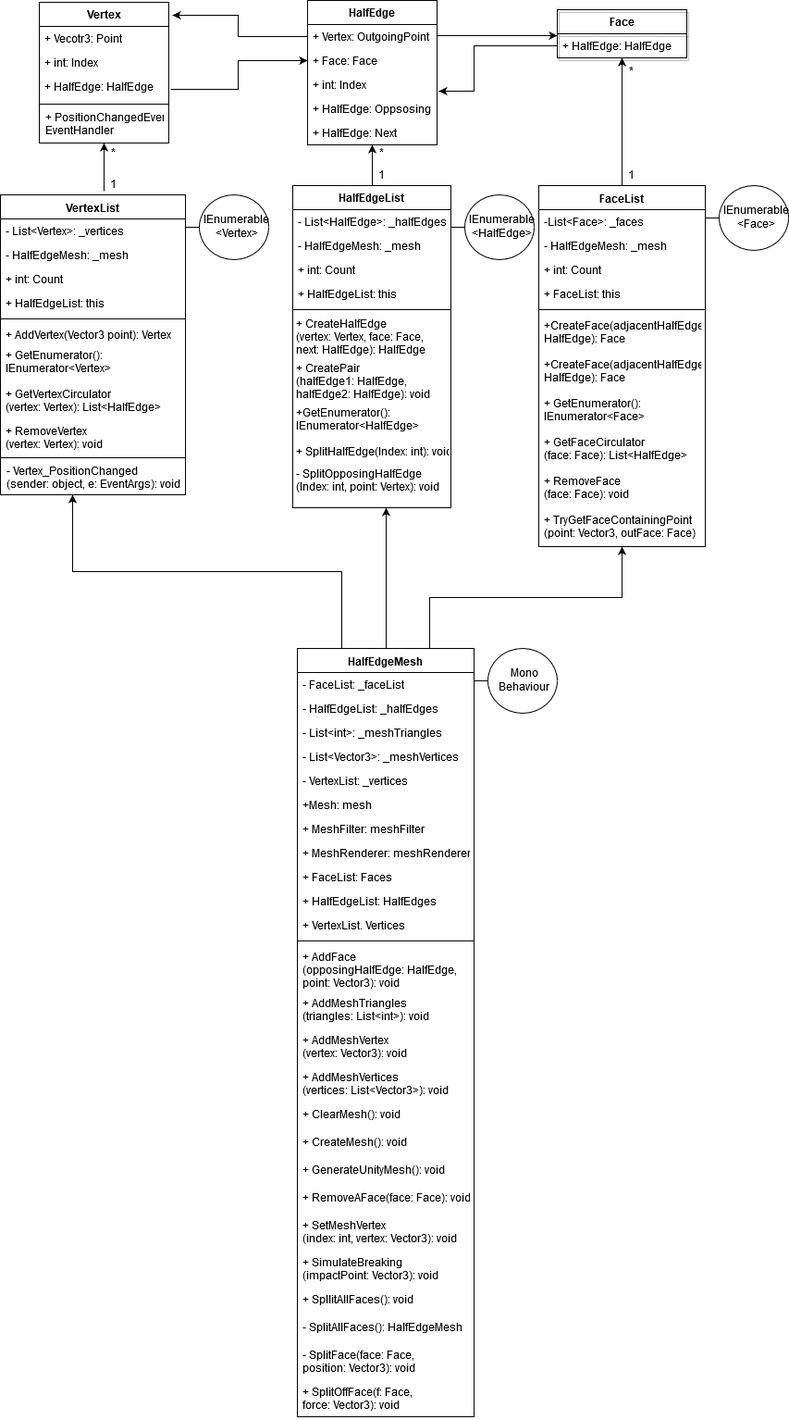
This is Images/ClassDiagramHalfEdgeMesh.png from Thot38/HalfEdgeMeshThesis, a draw.io export, as it was before one commit. Source tidied: cells renumbered, new cells last; positions are measured from the earlier drawing's top-left corner, leaving out a move shared by most shapes.
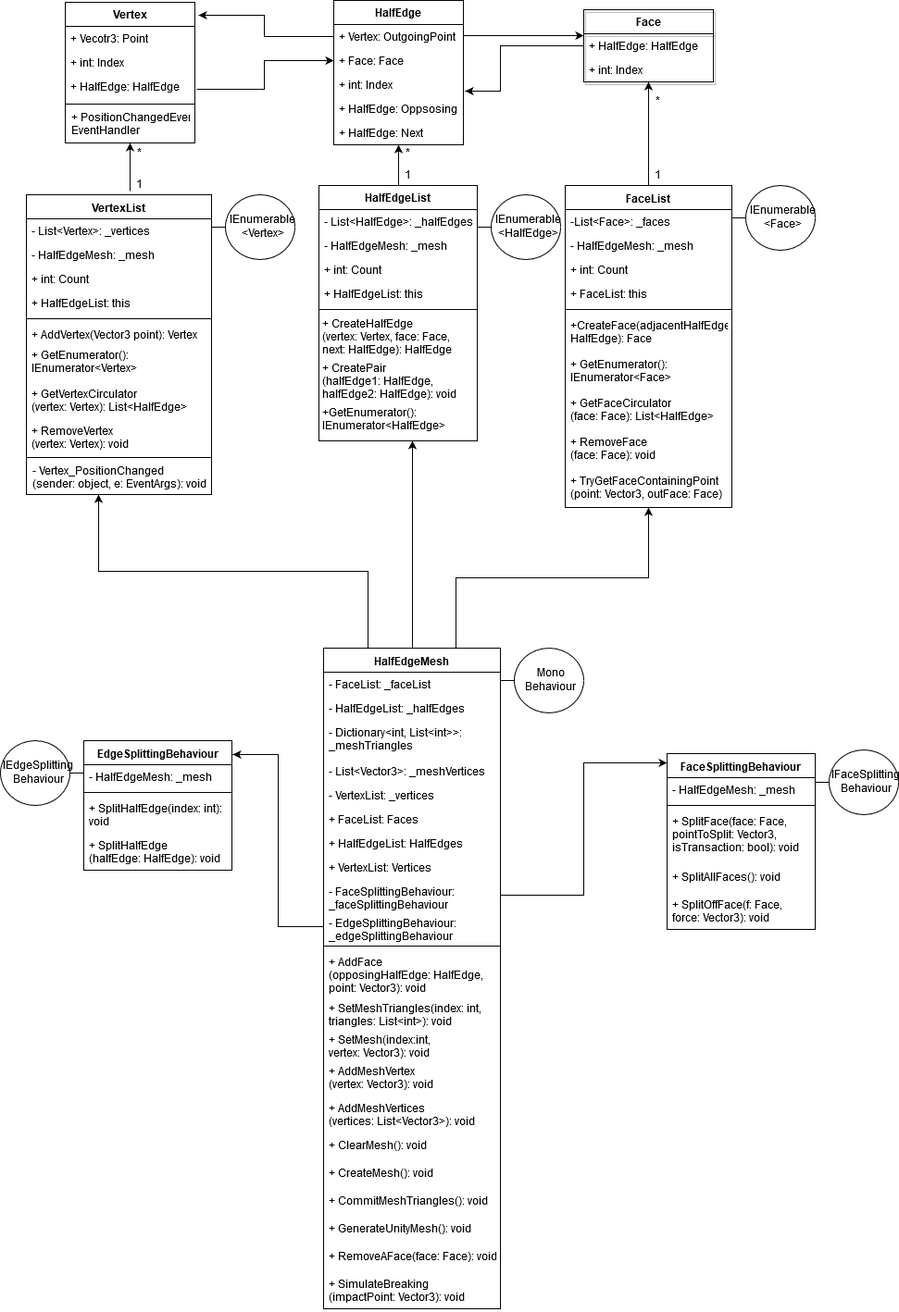
Above is the later version.

Change to the diagram source:
```diff
@@ -44,3 +44,3 @@
     <mxCell id="15" value="Face" style="swimlane;fontStyle=1;horizontal=1;startSize=26;fillColor=none;shadow=1;" parent="1" vertex="1">
-      <mxGeometry x="602" y="10" width="140" height="52" as="geometry" />
+      <mxGeometry x="602" y="10" width="140" height="78" as="geometry" />
     </mxCell>
@@ -49,2 +49,5 @@
     </mxCell>
+    <mxCell id="96" value="+ int: Index" style="text;strokeColor=none;fillColor=none;align=left;verticalAlign=top;spacingLeft=4;spacingRight=4;overflow=hidden;shadow=0;" parent="15" vertex="1">
+      <mxGeometry y="52" width="140" height="26" as="geometry" />
+    </mxCell>
     <mxCell id="17" style="edgeStyle=orthogonalEdgeStyle;rounded=0;jettySize=auto;html=1;exitX=1;exitY=0.5;exitDx=0;exitDy=0;entryX=0;entryY=0.077;entryDx=0;entryDy=0;entryPerimeter=0;" parent="1" edge="1" source="5" target="16">
@@ -65,3 +68,3 @@
     <mxCell id="19" value="HalfEdgeList" style="swimlane;fontStyle=1;align=center;verticalAlign=middle;horizontal=1;startSize=26;shadow=0;" parent="1" vertex="1">
-      <mxGeometry x="316" y="200" width="171" height="348" as="geometry" />
+      <mxGeometry x="316" y="200" width="171" height="276" as="geometry" />
     </mxCell>
@@ -91,8 +94,2 @@
     </mxCell>
-    <mxCell id="28" value="+ SplitHalfEdge(Index: int): void" style="text;strokeColor=none;fillColor=none;align=left;verticalAlign=top;spacingLeft=4;spacingRight=4;overflow=hidden;spacing=0;" parent="19" vertex="1">
-      <mxGeometry y="276" width="171" height="24" as="geometry" />
-    </mxCell>
-    <mxCell id="29" value="- SplitOpposingHalfEdge&#10;(Index: int, point: Vertex): void" style="text;strokeColor=none;fillColor=none;align=left;verticalAlign=top;spacingLeft=4;spacingRight=4;overflow=hidden;spacing=0;" parent="19" vertex="1">
-      <mxGeometry y="300" width="171" height="48" as="geometry" />
-    </mxCell>
     <mxCell id="30" style="edgeStyle=orthogonalEdgeStyle;rounded=0;comic=0;jumpSize=0;jettySize=auto;html=1;strokeColor=#000000;" parent="1" edge="1" source="31" target="15">
@@ -101,3 +98,3 @@
     <mxCell id="31" value="FaceList" style="swimlane;fontStyle=1;align=center;verticalAlign=top;horizontal=1;startSize=26;shadow=0;strokeColor=#000000;" parent="1" vertex="1">
-      <mxGeometry x="582" y="200" width="180" height="390" as="geometry" />
+      <mxGeometry x="582" y="200" width="180" height="348" as="geometry" />
     </mxCell>
@@ -121,16 +118,13 @@
     </mxCell>
-    <mxCell id="38" value="+CreateFace(adjacentHalfEdge: &#10;HalfEdge): Face" style="text;strokeColor=none;fillColor=none;align=left;verticalAlign=top;spacingLeft=4;spacingRight=4;overflow=hidden;" parent="31" vertex="1">
-      <mxGeometry y="180" width="180" height="42" as="geometry" />
-    </mxCell>
     <mxCell id="39" value="+ GetEnumerator(): &#10;IEnumerator&lt;Face&gt;" style="text;strokeColor=none;fillColor=none;align=left;verticalAlign=top;spacingLeft=4;spacingRight=4;overflow=hidden;" parent="31" vertex="1">
-      <mxGeometry y="222" width="180" height="42" as="geometry" />
+      <mxGeometry y="180" width="180" height="42" as="geometry" />
     </mxCell>
     <mxCell id="40" value="+ GetFaceCirculator&#10;(face: Face): List&lt;HalfEdge&gt;&#10;" style="text;strokeColor=none;fillColor=none;align=left;verticalAlign=top;spacingLeft=4;spacingRight=4;overflow=hidden;" parent="31" vertex="1">
-      <mxGeometry y="264" width="180" height="42" as="geometry" />
+      <mxGeometry y="222" width="180" height="42" as="geometry" />
     </mxCell>
     <mxCell id="41" value="+ RemoveFace&#10;(face: Face): void" style="text;strokeColor=none;fillColor=none;align=left;verticalAlign=top;spacingLeft=4;spacingRight=4;overflow=hidden;" parent="31" vertex="1">
-      <mxGeometry y="306" width="180" height="42" as="geometry" />
+      <mxGeometry y="264" width="180" height="42" as="geometry" />
     </mxCell>
     <mxCell id="42" value="+ TryGetFaceContainingPoint&#10;(point: Vector3, outFace: Face)" style="text;strokeColor=none;fillColor=none;align=left;verticalAlign=top;spacingLeft=4;spacingRight=4;overflow=hidden;" parent="31" vertex="1">
-      <mxGeometry y="348" width="180" height="42" as="geometry" />
+      <mxGeometry y="306" width="180" height="42" as="geometry" />
     </mxCell>
@@ -197,3 +191,3 @@
     <mxCell id="63" value="*" style="text;html=1;align=center;verticalAlign=middle;" parent="1" vertex="1">
-      <mxGeometry x="672" y="68" width="20" height="20" as="geometry" />
+      <mxGeometry x="672" y="100" width="20" height="20" as="geometry" />
     </mxCell>
@@ -217,3 +211,3 @@
     <mxCell id="68" value="HalfEdgeMesh" style="swimlane;fontStyle=1;align=center;verticalAlign=top;horizontal=1;startSize=26;shadow=0;strokeColor=#000000;" parent="1" vertex="1">
-      <mxGeometry x="321" y="700" width="191" height="830" as="geometry" />
+      <mxGeometry x="321" y="700" width="191" height="714" as="geometry" />
     </mxCell>
@@ -225,77 +219,110 @@
     </mxCell>
-    <mxCell id="71" value="- List&lt;int&gt;: _meshTriangles " style="text;strokeColor=none;fillColor=none;align=left;verticalAlign=top;spacingLeft=4;spacingRight=4;overflow=hidden;" parent="68" vertex="1">
-      <mxGeometry y="78" width="191" height="26" as="geometry" />
+    <mxCell id="71" value="- Dictionary&lt;int, List&lt;int&gt;&gt;:&#10; _meshTriangles " style="text;strokeColor=none;fillColor=none;align=left;verticalAlign=top;spacingLeft=4;spacingRight=4;overflow=hidden;" parent="68" vertex="1">
+      <mxGeometry y="78" width="191" height="42" as="geometry" />
     </mxCell>
     <mxCell id="72" value="- List&lt;Vector3&gt;: _meshVertices " style="text;strokeColor=none;fillColor=none;align=left;verticalAlign=top;spacingLeft=4;spacingRight=4;overflow=hidden;" parent="68" vertex="1">
-      <mxGeometry y="104" width="191" height="26" as="geometry" />
+      <mxGeometry y="120" width="191" height="26" as="geometry" />
     </mxCell>
     <mxCell id="73" value="- VertexList: _vertices" style="text;strokeColor=none;fillColor=none;align=left;verticalAlign=top;spacingLeft=4;spacingRight=4;overflow=hidden;" parent="68" vertex="1">
-      <mxGeometry y="130" width="191" height="26" as="geometry" />
+      <mxGeometry y="146" width="191" height="26" as="geometry" />
     </mxCell>
-    <mxCell id="74" value="+Mesh: mesh" style="text;strokeColor=none;fillColor=none;align=left;verticalAlign=top;spacingLeft=4;spacingRight=4;overflow=hidden;" parent="68" vertex="1">
-      <mxGeometry y="156" width="191" height="26" as="geometry" />
-    </mxCell>
-    <mxCell id="75" value="+ MeshFilter: meshFilter" style="text;strokeColor=none;fillColor=none;align=left;verticalAlign=top;spacingLeft=4;spacingRight=4;overflow=hidden;" parent="68" vertex="1">
-      <mxGeometry y="182" width="191" height="26" as="geometry" />
-    </mxCell>
-    <mxCell id="76" value="+ MeshRenderer: meshRenderer" style="text;strokeColor=none;fillColor=none;align=left;verticalAlign=top;spacingLeft=4;spacingRight=4;overflow=hidden;" parent="68" vertex="1">
-      <mxGeometry y="208" width="191" height="26" as="geometry" />
-    </mxCell>
     <mxCell id="77" value="+ FaceList: Faces" style="text;strokeColor=none;fillColor=none;align=left;verticalAlign=top;spacingLeft=4;spacingRight=4;overflow=hidden;" parent="68" vertex="1">
-      <mxGeometry y="234" width="191" height="26" as="geometry" />
+      <mxGeometry y="172" width="191" height="26" as="geometry" />
     </mxCell>
     <mxCell id="78" value="+ HalfEdgeList: HalfEdges" style="text;strokeColor=none;fillColor=none;align=left;verticalAlign=top;spacingLeft=4;spacingRight=4;overflow=hidden;" parent="68" vertex="1">
-      <mxGeometry y="260" width="191" height="26" as="geometry" />
+      <mxGeometry y="198" width="191" height="26" as="geometry" />
     </mxCell>
-    <mxCell id="79" value="+ VertexList. Vertices" style="text;strokeColor=none;fillColor=none;align=left;verticalAlign=top;spacingLeft=4;spacingRight=4;overflow=hidden;" parent="68" vertex="1">
-      <mxGeometry y="286" width="191" height="26" as="geometry" />
+    <mxCell id="79" value="+ VertexList: Vertices" style="text;strokeColor=none;fillColor=none;align=left;verticalAlign=top;spacingLeft=4;spacingRight=4;overflow=hidden;" parent="68" vertex="1">
+      <mxGeometry y="224" width="191" height="26" as="geometry" />
     </mxCell>
+    <mxCell id="97" value="- FaceSplittingBehaviour:&#10; _faceSplittingBehaviour&#10;" style="text;strokeColor=none;fillColor=none;align=left;verticalAlign=top;spacingLeft=4;spacingRight=4;overflow=hidden;points=[[0,0.5],[1,0.5]];portConstraint=eastwest;" parent="68" vertex="1">
+      <mxGeometry y="250" width="191" height="34" as="geometry" />
+    </mxCell>
+    <mxCell id="98" value="- EdgeSplittingBehaviour:&#10; _edgeSplittingBehaviour&#10;" style="text;strokeColor=none;fillColor=none;align=left;verticalAlign=top;spacingLeft=4;spacingRight=4;overflow=hidden;points=[[0,0.5],[1,0.5]];portConstraint=eastwest;" parent="68" vertex="1">
+      <mxGeometry y="284" width="191" height="34" as="geometry" />
+    </mxCell>
     <mxCell id="80" style="line;strokeWidth=1;fillColor=none;align=left;verticalAlign=middle;spacingTop=-1;spacingLeft=3;spacingRight=3;labelPosition=right;" parent="68" vertex="1">
-      <mxGeometry y="312" width="191" height="8" as="geometry" />
+      <mxGeometry y="318" width="191" height="8" as="geometry" />
     </mxCell>
     <mxCell id="81" value="+ AddFace&#10;(opposingHalfEdge: HalfEdge, &#10;point: Vector3): void" style="text;strokeColor=none;fillColor=none;align=left;verticalAlign=top;spacingLeft=4;spacingRight=4;overflow=hidden;" parent="68" vertex="1">
-      <mxGeometry y="320" width="191" height="50" as="geometry" />
+      <mxGeometry y="326" width="191" height="50" as="geometry" />
     </mxCell>
-    <mxCell id="82" value="+ AddMeshTriangles&#10;(triangles: List&lt;int&gt;): void&#10;" style="text;strokeColor=none;fillColor=none;align=left;verticalAlign=top;spacingLeft=4;spacingRight=4;overflow=hidden;" parent="68" vertex="1">
-      <mxGeometry y="370" width="191" height="40" as="geometry" />
+    <mxCell id="82" value="+ SetMeshTriangles(index: int, &#10;triangles: List&lt;int&gt;): void&#10;" style="text;strokeColor=none;fillColor=none;align=left;verticalAlign=top;spacingLeft=4;spacingRight=4;overflow=hidden;" parent="68" vertex="1">
+      <mxGeometry y="376" width="191" height="34" as="geometry" />
     </mxCell>
+    <mxCell id="99" value="+ SetMesh(index:int, &#10;vertex: Vector3): void&#10;" style="text;strokeColor=none;fillColor=none;align=left;verticalAlign=top;spacingLeft=4;spacingRight=4;overflow=hidden;" parent="68" vertex="1">
+      <mxGeometry y="410" width="191" height="34" as="geometry" />
+    </mxCell>
     <mxCell id="83" value="+ AddMeshVertex&#10;(vertex: Vector3): void " style="text;strokeColor=none;fillColor=none;align=left;verticalAlign=top;spacingLeft=4;spacingRight=4;overflow=hidden;" parent="68" vertex="1">
-      <mxGeometry y="410" width="191" height="40" as="geometry" />
+      <mxGeometry y="444" width="191" height="40" as="geometry" />
     </mxCell>
     <mxCell id="84" value="+ AddMeshVertices&#10;(vertices: List&lt;Vector3&gt;): void&#10;" style="text;strokeColor=none;fillColor=none;align=left;verticalAlign=top;spacingLeft=4;spacingRight=4;overflow=hidden;" parent="68" vertex="1">
-      <mxGeometry y="450" width="191" height="40" as="geometry" />
+      <mxGeometry y="484" width="191" height="40" as="geometry" />
     </mxCell>
     <mxCell id="85" value="+ ClearMesh(): void" style="text;strokeColor=none;fillColor=none;align=left;verticalAlign=top;spacingLeft=4;spacingRight=4;overflow=hidden;" parent="68" vertex="1">
-      <mxGeometry y="490" width="191" height="30" as="geometry" />
+      <mxGeometry y="524" width="191" height="30" as="geometry" />
     </mxCell>
     <mxCell id="86" value="+ CreateMesh(): void" style="text;strokeColor=none;fillColor=none;align=left;verticalAlign=top;spacingLeft=4;spacingRight=4;overflow=hidden;" parent="68" vertex="1">
-      <mxGeometry y="520" width="191" height="30" as="geometry" />
+      <mxGeometry y="554" width="191" height="30" as="geometry" />
     </mxCell>
+    <mxCell id="100" value="+ CommitMeshTriangles(): void" style="text;strokeColor=none;fillColor=none;align=left;verticalAlign=top;spacingLeft=4;spacingRight=4;overflow=hidden;" parent="68" vertex="1">
+      <mxGeometry y="584" width="191" height="30" as="geometry" />
+    </mxCell>
     <mxCell id="87" value="+ GenerateUnityMesh(): void" style="text;strokeColor=none;fillColor=none;align=left;verticalAlign=top;spacingLeft=4;spacingRight=4;overflow=hidden;" parent="68" vertex="1">
-      <mxGeometry y="550" width="191" height="30" as="geometry" />
+      <mxGeometry y="614" width="191" height="30" as="geometry" />
     </mxCell>
     <mxCell id="88" value="+ RemoveAFace(face: Face): void" style="text;strokeColor=none;fillColor=none;align=left;verticalAlign=top;spacingLeft=4;spacingRight=4;overflow=hidden;" parent="68" vertex="1">
-      <mxGeometry y="580" width="191" height="30" as="geometry" />
+      <mxGeometry y="644" width="191" height="30" as="geometry" />
     </mxCell>
-    <mxCell id="89" value="+ SetMeshVertex&#10;(index: int, vertex: Vector3): void&#10;" style="text;strokeColor=none;fillColor=none;align=left;verticalAlign=top;spacingLeft=4;spacingRight=4;overflow=hidden;" parent="68" vertex="1">
-      <mxGeometry y="610" width="191" height="40" as="geometry" />
-    </mxCell>
     <mxCell id="90" value="+ SimulateBreaking&#10;(impactPoint: Vector3): void" style="text;strokeColor=none;fillColor=none;align=left;verticalAlign=top;spacingLeft=4;spacingRight=4;overflow=hidden;" parent="68" vertex="1">
-      <mxGeometry y="650" width="191" height="40" as="geometry" />
+      <mxGeometry y="674" width="191" height="40" as="geometry" />
     </mxCell>
-    <mxCell id="91" value="+ SpllitAllFaces(): void" style="text;strokeColor=none;fillColor=none;align=left;verticalAlign=top;spacingLeft=4;spacingRight=4;overflow=hidden;" parent="68" vertex="1">
-      <mxGeometry y="690" width="191" height="30" as="geometry" />
-    </mxCell>
-    <mxCell id="92" value="- SplitAllFaces(): HalfEdgeMesh" style="text;strokeColor=none;fillColor=none;align=left;verticalAlign=top;spacingLeft=4;spacingRight=4;overflow=hidden;" parent="68" vertex="1">
-      <mxGeometry y="720" width="191" height="30" as="geometry" />
-    </mxCell>
-    <mxCell id="93" value="- SplitFace(face: Face, &#10;position: Vector3): void" style="text;strokeColor=none;fillColor=none;align=left;verticalAlign=top;spacingLeft=4;spacingRight=4;overflow=hidden;" parent="68" vertex="1">
-      <mxGeometry y="750" width="191" height="40" as="geometry" />
-    </mxCell>
+    <mxCell id="95" value="&lt;div&gt;Mono&lt;/div&gt;&lt;div&gt;Behaviour&lt;/div&gt;" style="shape=umlBoundary;whiteSpace=wrap;html=1;shadow=0;strokeColor=#000000;" parent="1" vertex="1">
+      <mxGeometry x="512" y="700" width="90" height="70" as="geometry" />
+    </mxCell>
+    <mxCell id="101" value="FaceSplittingBehaviour&#10;" style="swimlane;fontStyle=1;align=center;verticalAlign=top;horizontal=1;startSize=26;" parent="1" vertex="1">
+      <mxGeometry x="692" y="814" width="160" height="190" as="geometry" />
+    </mxCell>
+    <mxCell id="102" value="- HalfEdgeMesh: _mesh" style="text;strokeColor=none;fillColor=none;align=left;verticalAlign=top;spacingLeft=4;spacingRight=4;overflow=hidden;" parent="101" vertex="1">
+      <mxGeometry y="26" width="160" height="26" as="geometry" />
+    </mxCell>
+    <mxCell id="103" style="line;strokeWidth=1;fillColor=none;align=left;verticalAlign=middle;spacingTop=-1;spacingLeft=3;spacingRight=3;labelPosition=right;" parent="101" vertex="1">
+      <mxGeometry y="52" width="160" height="8" as="geometry" />
+    </mxCell>
+    <mxCell id="104" value="+ SplitFace(face: Face, &#10;pointToSplit: Vector3, &#10;isTransaction: bool): void" style="text;strokeColor=none;fillColor=none;align=left;verticalAlign=top;spacingLeft=4;spacingRight=4;overflow=hidden;" parent="101" vertex="1">
+      <mxGeometry y="60" width="160" height="60" as="geometry" />
+    </mxCell>
+    <mxCell id="105" value="+ SplitAllFaces(): void" style="text;strokeColor=none;fillColor=none;align=left;verticalAlign=top;spacingLeft=4;spacingRight=4;overflow=hidden;" parent="101" vertex="1">
+      <mxGeometry y="120" width="160" height="30" as="geometry" />
+    </mxCell>
-    <mxCell id="94" value="+ SplitOffFace(f: Face,&#10; force: Vector3): void" style="text;strokeColor=none;fillColor=none;align=left;verticalAlign=top;spacingLeft=4;spacingRight=4;overflow=hidden;" parent="68" vertex="1">
-      <mxGeometry y="790" width="191" height="40" as="geometry" />
+    <mxCell id="94" value="+ SplitOffFace(f: Face, &#10;force: Vector3): void" style="text;strokeColor=none;fillColor=none;align=left;verticalAlign=top;spacingLeft=4;spacingRight=4;overflow=hidden;" parent="101" vertex="1">
+      <mxGeometry y="150" width="160" height="40" as="geometry" />
     </mxCell>
-    <mxCell id="95" value="&lt;div&gt;Mono&lt;/div&gt;&lt;div&gt;Behaviour&lt;/div&gt;" style="shape=umlBoundary;whiteSpace=wrap;html=1;shadow=0;strokeColor=#000000;" parent="1" vertex="1">
-      <mxGeometry x="512" y="700" width="90" height="70" as="geometry" />
-    </mxCell>
+    <mxCell id="106" value="&lt;div&gt;IFaceSplitting&lt;/div&gt;&lt;div&gt;Behaviour&lt;/div&gt;" style="shape=umlBoundary;whiteSpace=wrap;html=1;shadow=0;strokeColor=#000000;" parent="1" vertex="1">
+      <mxGeometry x="852" y="810" width="90" height="70" as="geometry" />
+    </mxCell>
+    <mxCell id="107" style="edgeStyle=orthogonalEdgeStyle;rounded=0;jettySize=auto;html=1;exitX=1;exitY=0.5;exitDx=0;exitDy=0;entryX=0;entryY=0.053;entryDx=0;entryDy=0;entryPerimeter=0;" parent="1" edge="1" source="97" target="101">
+      <mxGeometry relative="1" as="geometry" />
+    </mxCell>
+    <mxCell id="108" value="EdgeSplittingBehaviour&#10;" style="swimlane;fontStyle=1;align=center;verticalAlign=top;horizontal=1;startSize=26;" parent="1" vertex="1">
+      <mxGeometry x="62" y="800" width="160" height="140" as="geometry" />
+    </mxCell>
+    <mxCell id="109" value="- HalfEdgeMesh: _mesh" style="text;strokeColor=none;fillColor=none;align=left;verticalAlign=top;spacingLeft=4;spacingRight=4;overflow=hidden;" parent="108" vertex="1">
+      <mxGeometry y="26" width="160" height="26" as="geometry" />
+    </mxCell>
+    <mxCell id="110" style="line;strokeWidth=1;fillColor=none;align=left;verticalAlign=middle;spacingTop=-1;spacingLeft=3;spacingRight=3;labelPosition=right;" parent="108" vertex="1">
+      <mxGeometry y="52" width="160" height="8" as="geometry" />
+    </mxCell>
+    <mxCell id="111" value="+ SplitHalfEdge(index: int):&#10;void" style="text;strokeColor=none;fillColor=none;align=left;verticalAlign=top;spacingLeft=4;spacingRight=4;overflow=hidden;" parent="108" vertex="1">
+      <mxGeometry y="60" width="160" height="40" as="geometry" />
+    </mxCell>
+    <mxCell id="112" value="+ SplitHalfEdge&#10;(halfEdge: HalfEdge): void" style="text;strokeColor=none;fillColor=none;align=left;verticalAlign=top;spacingLeft=4;spacingRight=4;overflow=hidden;" parent="108" vertex="1">
+      <mxGeometry y="100" width="160" height="40" as="geometry" />
+    </mxCell>
+    <mxCell id="113" value="&lt;div&gt;IEdgeSplitting&lt;/div&gt;&lt;div&gt;Behaviour&lt;/div&gt;" style="shape=umlBoundary;whiteSpace=wrap;html=1;shadow=0;strokeColor=#000000;flipH=1;" parent="1" vertex="1">
+      <mxGeometry x="-28" y="800" width="90" height="70" as="geometry" />
+    </mxCell>
+    <mxCell id="114" style="edgeStyle=orthogonalEdgeStyle;rounded=0;jettySize=auto;html=1;exitX=0;exitY=0.5;exitDx=0;exitDy=0;entryX=1.006;entryY=0.107;entryDx=0;entryDy=0;entryPerimeter=0;" parent="1" edge="1" source="98" target="108">
+      <mxGeometry relative="1" as="geometry" />
+    </mxCell>
   </root>
```
